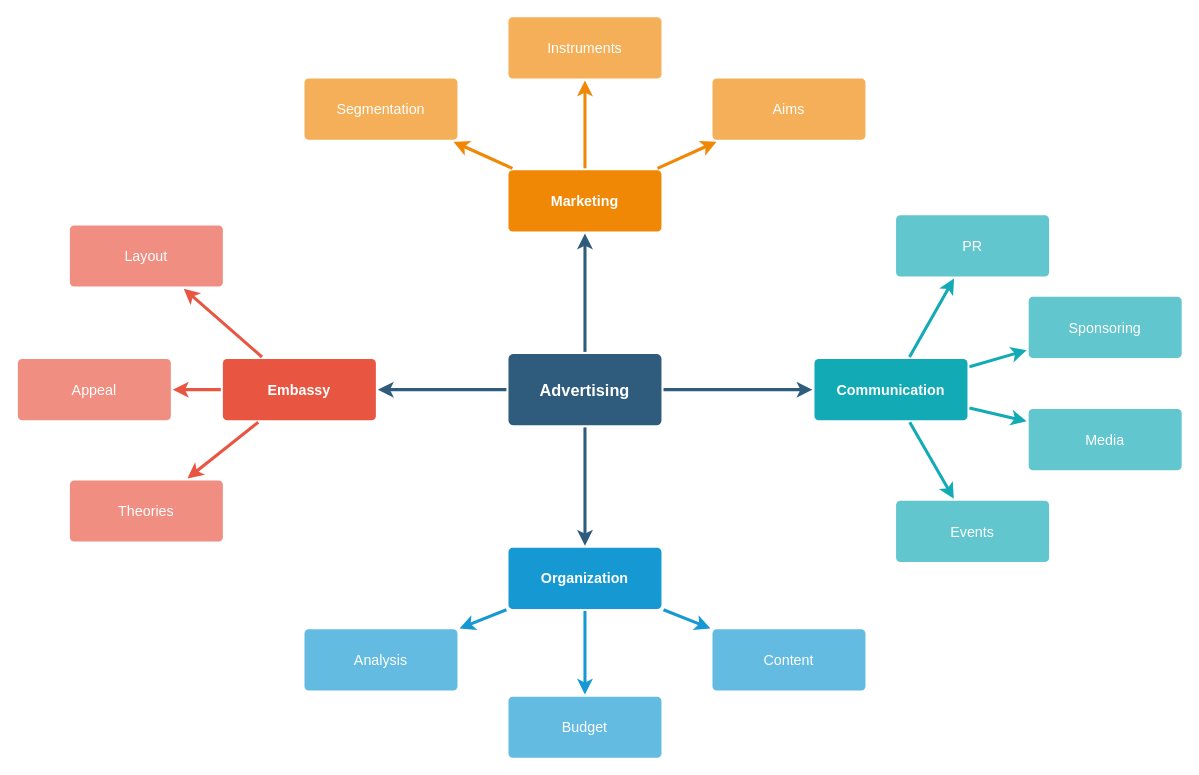
JimFKppt/MyNotes keeps this draw.io diagram as Diagram/JBD_KeyConcepts.drawio. Above is the earlier version. Source tidied: cells renumbered, new cells numbered last; positions are measured from the earlier drawing's top-left corner, leaving out a move shared by most shapes. Both pictures are drawn from the tidied source at 102%, with x=0, y=0 at pixel (17, 16).
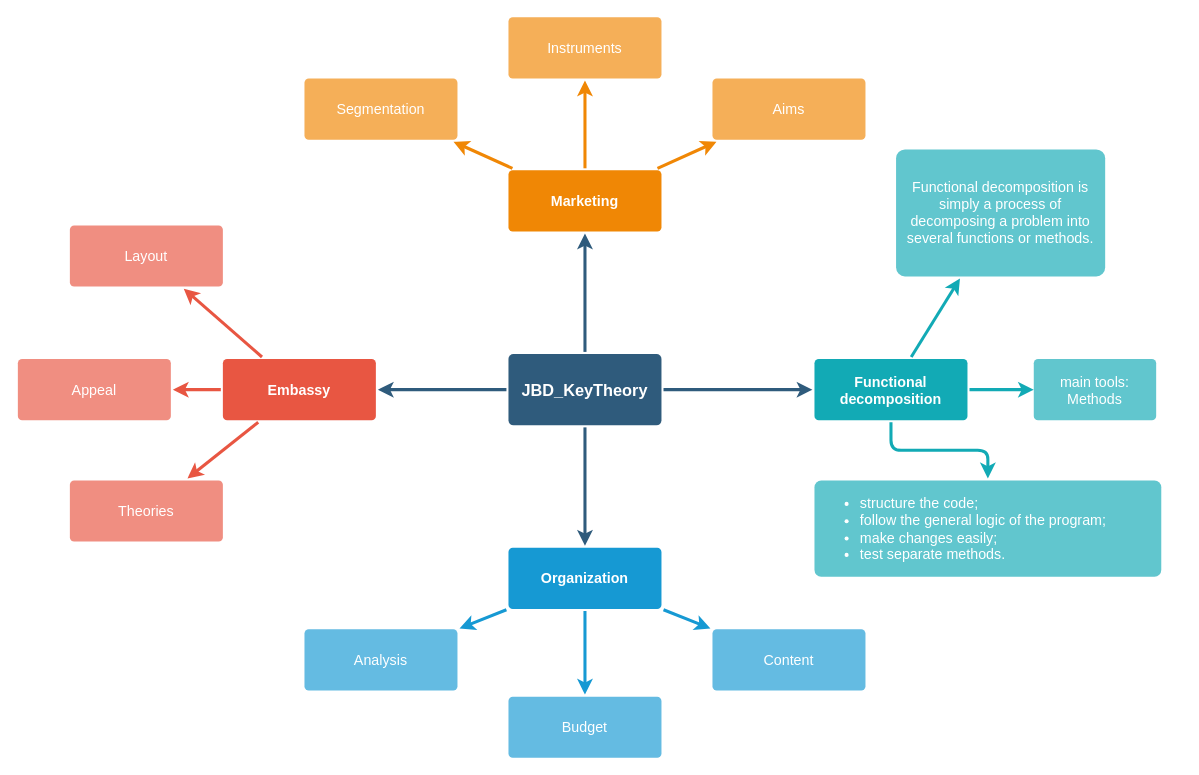
Above is the later version.

Change to the diagram source:
```diff
@@
-    <mxCell id="6" value="Advertising" style="rounded=1;whiteSpace=wrap;html=1;shadow=0;labelBackgroundColor=none;strokeColor=none;strokeWidth=3;fillColor=#2F5B7C;fontFamily=Helvetica;fontSize=16;fontColor=#FFFFFF;align=center;fontStyle=1;spacing=5;arcSize=7;perimeterSpacing=2;" parent="1" vertex="1">
+    <mxCell id="6" value="JBD_KeyTheory" style="rounded=1;whiteSpace=wrap;html=1;shadow=0;labelBackgroundColor=none;strokeColor=none;strokeWidth=3;fillColor=#2F5B7C;fontFamily=Helvetica;fontSize=16;fontColor=#FFFFFF;align=center;fontStyle=1;spacing=5;arcSize=7;perimeterSpacing=2;" parent="1" vertex="1">
       <mxGeometry x="481" y="330.5" width="150" height="70" as="geometry" />
     </mxCell>
@@
+    <mxCell id="37" style="edgeStyle=orthogonalEdgeStyle;rounded=1;jettySize=auto;html=1;labelBackgroundColor=none;fontSize=14;strokeColor=#12AAB5;fontColor=#FFFFFF;shadow=0;startArrow=none;startFill=0;strokeWidth=3;spacing=5;fontStyle=1;fillColor=#b0e3e6;" parent="1" edge="1" source="28" target="39">
+      <mxGeometry relative="1" as="geometry" />
+    </mxCell>
+    <mxCell id="38" style="edgeStyle=orthogonalEdgeStyle;rounded=1;jettySize=auto;html=1;labelBackgroundColor=none;fontSize=14;strokeColor=#12AAB5;fontColor=#FFFFFF;shadow=0;startArrow=none;startFill=0;strokeWidth=3;spacing=5;fontStyle=1;fillColor=#b0e3e6;" parent="1" edge="1" source="28" target="40">
+      <mxGeometry relative="1" as="geometry" />
+    </mxCell>
-    <mxCell id="28" value="Communication" style="rounded=1;whiteSpace=wrap;html=1;shadow=0;labelBackgroundColor=none;strokeColor=none;strokeWidth=3;fillColor=#12aab5;fontFamily=Helvetica;fontSize=14;fontColor=#FFFFFF;align=center;spacing=5;fontStyle=1;arcSize=7;perimeterSpacing=2;" parent="1" vertex="1">
+    <mxCell id="28" value="Functional decomposition" style="rounded=1;whiteSpace=wrap;html=1;shadow=0;labelBackgroundColor=none;strokeColor=none;strokeWidth=3;fillColor=#12aab5;fontFamily=Helvetica;fontSize=14;fontColor=#FFFFFF;align=center;spacing=5;fontStyle=1;arcSize=7;perimeterSpacing=2;" parent="1" vertex="1">
       <mxGeometry x="781" y="335.5" width="150" height="60" as="geometry" />
     </mxCell>
-    <mxCell id="29" value="Events" style="rounded=1;whiteSpace=wrap;html=1;shadow=0;labelBackgroundColor=none;strokeColor=none;strokeWidth=3;fillColor=#61c6ce;fontFamily=Helvetica;fontSize=14;fontColor=#FFFFFF;align=center;spacing=5;fontStyle=0;arcSize=7;perimeterSpacing=2;" parent="1" vertex="1">
-      <mxGeometry x="861" y="474.5" width="150" height="60" as="geometry" />
-    </mxCell>
-    <mxCell id="30" style="edgeStyle=none;rounded=1;jumpStyle=none;html=1;shadow=0;labelBackgroundColor=none;startArrow=none;startFill=0;jettySize=auto;strokeColor=#12AAB5;strokeWidth=3;fontFamily=Helvetica;fontSize=14;fontColor=#FFFFFF;spacing=5;fontStyle=1;fillColor=#b0e3e6;" parent="1" edge="1" source="28" target="29">
-      <mxGeometry relative="1" as="geometry" />
-    </mxCell>
-    <mxCell id="31" value="Media" style="rounded=1;whiteSpace=wrap;html=1;shadow=0;labelBackgroundColor=none;strokeColor=none;strokeWidth=3;fillColor=#61c6ce;fontFamily=Helvetica;fontSize=14;fontColor=#FFFFFF;align=center;spacing=5;fontStyle=0;arcSize=7;perimeterSpacing=2;" parent="1" vertex="1">
-      <mxGeometry x="991" y="384.5" width="150" height="60" as="geometry" />
-    </mxCell>
-    <mxCell id="32" style="edgeStyle=none;rounded=1;jumpStyle=none;html=1;shadow=0;labelBackgroundColor=none;startArrow=none;startFill=0;jettySize=auto;strokeColor=#12AAB5;strokeWidth=3;fontFamily=Helvetica;fontSize=14;fontColor=#FFFFFF;spacing=5;fontStyle=1;fillColor=#b0e3e6;" parent="1" edge="1" source="28" target="31">
-      <mxGeometry relative="1" as="geometry" />
-    </mxCell>
-    <mxCell id="33" value="Sponsoring" style="rounded=1;whiteSpace=wrap;html=1;shadow=0;labelBackgroundColor=none;strokeColor=none;strokeWidth=3;fillColor=#61c6ce;fontFamily=Helvetica;fontSize=14;fontColor=#FFFFFF;align=center;spacing=5;fontStyle=0;arcSize=7;perimeterSpacing=2;" parent="1" vertex="1">
-      <mxGeometry x="991" y="274.5" width="150" height="60" as="geometry" />
-    </mxCell>
-    <mxCell id="34" style="edgeStyle=none;rounded=1;jumpStyle=none;html=1;shadow=0;labelBackgroundColor=none;startArrow=none;startFill=0;jettySize=auto;strokeColor=#12AAB5;strokeWidth=3;fontFamily=Helvetica;fontSize=14;fontColor=#FFFFFF;spacing=5;fontStyle=1;fillColor=#b0e3e6;" parent="1" edge="1" source="28" target="33">
-      <mxGeometry relative="1" as="geometry" />
-    </mxCell>
-    <mxCell id="35" value="PR" style="rounded=1;whiteSpace=wrap;html=1;shadow=0;labelBackgroundColor=none;strokeColor=none;strokeWidth=3;fillColor=#61c6ce;fontFamily=Helvetica;fontSize=14;fontColor=#FFFFFF;align=center;spacing=5;fontStyle=0;arcSize=7;perimeterSpacing=2;" parent="1" vertex="1">
-      <mxGeometry x="861" y="194.5" width="150" height="60" as="geometry" />
+    <mxCell id="35" value="Functional decomposition is simply a process of decomposing a problem into several functions or methods." style="rounded=1;whiteSpace=wrap;html=1;shadow=0;labelBackgroundColor=none;strokeColor=none;strokeWidth=3;fillColor=#61c6ce;fontFamily=Helvetica;fontSize=14;fontColor=#FFFFFF;align=center;spacing=5;fontStyle=0;arcSize=7;perimeterSpacing=2;" parent="1" vertex="1">
+      <mxGeometry x="861" y="130" width="205" height="124.5" as="geometry" />
     </mxCell>
@@
+    <mxCell id="39" value="&lt;ul&gt;&lt;li&gt;structure the code;&lt;/li&gt;&lt;li&gt;follow the general logic of the program;&lt;/li&gt;&lt;li&gt;make changes easily;&lt;/li&gt;&lt;li&gt;test separate methods.&lt;/li&gt;&lt;/ul&gt;" style="rounded=1;whiteSpace=wrap;html=1;shadow=0;labelBackgroundColor=none;strokeColor=none;strokeWidth=3;fillColor=#61c6ce;fontFamily=Helvetica;fontSize=14;fontColor=#FFFFFF;align=left;spacing=5;fontStyle=0;arcSize=7;perimeterSpacing=2;" parent="1" vertex="1">
+      <mxGeometry x="781" y="454.5" width="340" height="94.5" as="geometry" />
+    </mxCell>
+    <mxCell id="40" value="main tools: Methods" style="whiteSpace=wrap;html=1;fontSize=14;fillColor=#61c6ce;strokeColor=none;fontColor=#FFFFFF;rounded=1;shadow=0;labelBackgroundColor=none;strokeWidth=3;spacing=5;fontStyle=0;arcSize=7;" parent="1" vertex="1">
+      <mxGeometry x="996" y="335.5" width="120" height="60" as="geometry" />
+    </mxCell>
```
